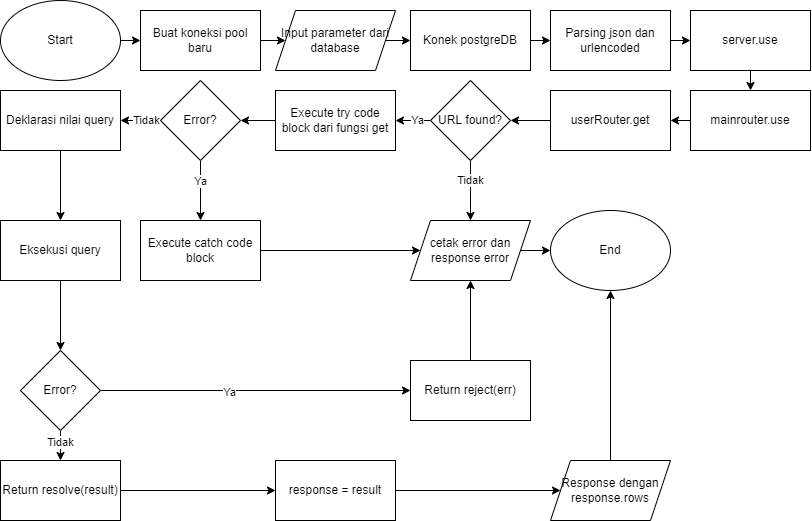
Before: Diagram GET user.drawio.png, a diagram exported from draw.io (rsad100/beginner_backend). Source tidied: cells renumbered, new cells last; positions are measured from the earlier drawing's top-left corner, leaving out a move shared by most shapes. Source of this version:
```xml
<mxGraphModel>
  <root>
    <mxCell id="0" />
    <mxCell id="1" parent="0" />
    <mxCell id="2" style="edgeStyle=orthogonalEdgeStyle;rounded=0;jettySize=auto;html=1;exitX=1;exitY=0.5;exitDx=0;exitDy=0;entryX=0;entryY=0.5;entryDx=0;entryDy=0;" parent="1" edge="1" source="3" target="5">
      <mxGeometry relative="1" as="geometry" />
    </mxCell>
    <mxCell id="3" value="Start" style="ellipse;whiteSpace=wrap;html=1;" parent="1" vertex="1">
      <mxGeometry width="120" height="80" as="geometry" />
    </mxCell>
    <mxCell id="4" style="edgeStyle=orthogonalEdgeStyle;rounded=0;jettySize=auto;html=1;exitX=1;exitY=0.5;exitDx=0;exitDy=0;entryX=0;entryY=0.5;entryDx=0;entryDy=0;" parent="1" edge="1" source="5" target="7">
      <mxGeometry relative="1" as="geometry" />
    </mxCell>
    <mxCell id="5" value="Buat koneksi pool baru" style="rounded=0;whiteSpace=wrap;html=1;" parent="1" vertex="1">
      <mxGeometry x="140" y="10" width="120" height="60" as="geometry" />
    </mxCell>
    <mxCell id="6" style="edgeStyle=orthogonalEdgeStyle;rounded=0;jettySize=auto;html=1;exitX=1;exitY=0.5;exitDx=0;exitDy=0;entryX=0;entryY=0.5;entryDx=0;entryDy=0;" parent="1" edge="1" source="7" target="9">
      <mxGeometry relative="1" as="geometry" />
    </mxCell>
    <mxCell id="7" value="Input parameter dari database" style="shape=parallelogram;perimeter=parallelogramPerimeter;whiteSpace=wrap;html=1;fixedSize=1;" parent="1" vertex="1">
      <mxGeometry x="275" y="10" width="120" height="60" as="geometry" />
    </mxCell>
    <mxCell id="8" style="edgeStyle=orthogonalEdgeStyle;rounded=0;jettySize=auto;html=1;exitX=1;exitY=0.5;exitDx=0;exitDy=0;entryX=0;entryY=0.5;entryDx=0;entryDy=0;" parent="1" edge="1" source="9" target="11">
      <mxGeometry relative="1" as="geometry" />
    </mxCell>
    <mxCell id="9" value="Konek postgreDB" style="rounded=0;whiteSpace=wrap;html=1;" parent="1" vertex="1">
      <mxGeometry x="410" y="10" width="120" height="60" as="geometry" />
    </mxCell>
    <mxCell id="10" style="edgeStyle=orthogonalEdgeStyle;rounded=0;jettySize=auto;html=1;exitX=1;exitY=0.5;exitDx=0;exitDy=0;entryX=0;entryY=0.5;entryDx=0;entryDy=0;" parent="1" edge="1" source="11" target="13">
      <mxGeometry relative="1" as="geometry" />
    </mxCell>
    <mxCell id="11" value="Parsing json dan urlencoded" style="rounded=0;whiteSpace=wrap;html=1;" parent="1" vertex="1">
      <mxGeometry x="550" y="10" width="120" height="60" as="geometry" />
    </mxCell>
    <mxCell id="12" style="edgeStyle=orthogonalEdgeStyle;rounded=0;jettySize=auto;html=1;exitX=0.5;exitY=1;exitDx=0;exitDy=0;entryX=0.5;entryY=0;entryDx=0;entryDy=0;" parent="1" edge="1" source="13" target="15">
      <mxGeometry relative="1" as="geometry" />
    </mxCell>
    <mxCell id="13" value="server.use" style="rounded=0;whiteSpace=wrap;html=1;" parent="1" vertex="1">
      <mxGeometry x="690" y="10" width="120" height="60" as="geometry" />
    </mxCell>
    <mxCell id="14" style="edgeStyle=orthogonalEdgeStyle;rounded=0;jettySize=auto;html=1;exitX=0;exitY=0.5;exitDx=0;exitDy=0;entryX=1;entryY=0.5;entryDx=0;entryDy=0;" parent="1" edge="1" source="15" target="17">
      <mxGeometry relative="1" as="geometry" />
    </mxCell>
    <mxCell id="15" value="mainrouter.use" style="rounded=0;whiteSpace=wrap;html=1;" parent="1" vertex="1">
      <mxGeometry x="690" y="90" width="120" height="60" as="geometry" />
    </mxCell>
    <mxCell id="16" style="edgeStyle=orthogonalEdgeStyle;rounded=0;jettySize=auto;html=1;exitX=0;exitY=0.5;exitDx=0;exitDy=0;entryX=1;entryY=0.5;entryDx=0;entryDy=0;" parent="1" edge="1" source="17" target="31">
      <mxGeometry relative="1" as="geometry" />
    </mxCell>
    <mxCell id="17" value="userRouter.get" style="rounded=0;whiteSpace=wrap;html=1;" parent="1" vertex="1">
      <mxGeometry x="550" y="90" width="120" height="60" as="geometry" />
    </mxCell>
    <mxCell id="18" style="edgeStyle=orthogonalEdgeStyle;rounded=0;jettySize=auto;html=1;exitX=0;exitY=0.5;exitDx=0;exitDy=0;entryX=1;entryY=0.5;entryDx=0;entryDy=0;" parent="1" edge="1" source="19" target="24">
      <mxGeometry relative="1" as="geometry" />
    </mxCell>
    <mxCell id="19" value="Execute try code block dari fungsi get" style="rounded=0;whiteSpace=wrap;html=1;" parent="1" vertex="1">
      <mxGeometry x="275" y="90" width="120" height="60" as="geometry" />
    </mxCell>
    <mxCell id="20" style="edgeStyle=orthogonalEdgeStyle;rounded=0;jettySize=auto;html=1;exitX=0;exitY=0.5;exitDx=0;exitDy=0;entryX=1;entryY=0.5;entryDx=0;entryDy=0;" parent="1" edge="1" source="24" target="36">
      <mxGeometry relative="1" as="geometry" />
    </mxCell>
    <mxCell id="21" value="Tidak" style="edgeLabel;html=1;align=center;verticalAlign=middle;" parent="20" vertex="1">
      <mxGeometry x="-0.28" relative="1" as="geometry" />
    </mxCell>
    <mxCell id="22" style="edgeStyle=orthogonalEdgeStyle;rounded=0;jettySize=auto;html=1;exitX=0.5;exitY=1;exitDx=0;exitDy=0;entryX=0.5;entryY=0;entryDx=0;entryDy=0;" parent="1" edge="1" source="24" target="26">
      <mxGeometry relative="1" as="geometry" />
    </mxCell>
    <mxCell id="23" value="Ya" style="edgeLabel;html=1;align=center;verticalAlign=middle;" parent="22" vertex="1">
      <mxGeometry x="-0.3" relative="1" as="geometry" />
    </mxCell>
    <mxCell id="24" value="Error?" style="rhombus;whiteSpace=wrap;html=1;" parent="1" vertex="1">
      <mxGeometry x="160" y="80" width="80" height="80" as="geometry" />
    </mxCell>
    <mxCell id="25" style="edgeStyle=orthogonalEdgeStyle;rounded=0;jettySize=auto;html=1;exitX=1;exitY=0.5;exitDx=0;exitDy=0;entryX=0;entryY=0.5;entryDx=0;entryDy=0;" parent="1" edge="1" source="26" target="33">
      <mxGeometry relative="1" as="geometry" />
    </mxCell>
    <mxCell id="26" value="Execute catch code block" style="rounded=0;whiteSpace=wrap;html=1;" parent="1" vertex="1">
      <mxGeometry x="140" y="220" width="120" height="60" as="geometry" />
    </mxCell>
    <mxCell id="27" style="edgeStyle=orthogonalEdgeStyle;rounded=0;jettySize=auto;html=1;exitX=0;exitY=0.5;exitDx=0;exitDy=0;entryX=1;entryY=0.5;entryDx=0;entryDy=0;" parent="1" edge="1" source="31" target="19">
      <mxGeometry relative="1" as="geometry" />
    </mxCell>
    <mxCell id="28" value="Ya" style="edgeLabel;html=1;align=center;verticalAlign=middle;" parent="27" vertex="1">
      <mxGeometry x="-0.22" relative="1" as="geometry" />
    </mxCell>
    <mxCell id="29" style="edgeStyle=orthogonalEdgeStyle;rounded=0;jettySize=auto;html=1;exitX=0.5;exitY=1;exitDx=0;exitDy=0;entryX=0.5;entryY=0;entryDx=0;entryDy=0;" parent="1" edge="1" source="31" target="33">
      <mxGeometry relative="1" as="geometry" />
    </mxCell>
    <mxCell id="30" value="Tidak" style="edgeLabel;html=1;align=center;verticalAlign=middle;" parent="29" vertex="1">
      <mxGeometry x="-0.37" relative="1" as="geometry" />
    </mxCell>
    <mxCell id="31" value="URL found?" style="rhombus;whiteSpace=wrap;html=1;" parent="1" vertex="1">
      <mxGeometry x="430" y="80" width="80" height="80" as="geometry" />
    </mxCell>
    <mxCell id="32" style="edgeStyle=orthogonalEdgeStyle;rounded=0;jettySize=auto;html=1;exitX=1;exitY=0.5;exitDx=0;exitDy=0;entryX=0;entryY=0.5;entryDx=0;entryDy=0;" parent="1" edge="1" source="33" target="34">
      <mxGeometry relative="1" as="geometry" />
    </mxCell>
    <mxCell id="33" value="cetak error dan response error" style="shape=parallelogram;perimeter=parallelogramPerimeter;whiteSpace=wrap;html=1;fixedSize=1;" parent="1" vertex="1">
      <mxGeometry x="410" y="220" width="120" height="60" as="geometry" />
    </mxCell>
    <mxCell id="34" value="End" style="ellipse;whiteSpace=wrap;html=1;" parent="1" vertex="1">
      <mxGeometry x="550" y="210" width="120" height="80" as="geometry" />
    </mxCell>
    <mxCell id="35" style="edgeStyle=orthogonalEdgeStyle;rounded=0;jettySize=auto;html=1;exitX=0.5;exitY=1;exitDx=0;exitDy=0;entryX=0.5;entryY=0;entryDx=0;entryDy=0;" parent="1" edge="1" source="36" target="38">
      <mxGeometry relative="1" as="geometry" />
    </mxCell>
    <mxCell id="36" value="Deklarasi nilai query" style="rounded=0;whiteSpace=wrap;html=1;" parent="1" vertex="1">
      <mxGeometry y="90" width="120" height="60" as="geometry" />
    </mxCell>
    <mxCell id="37" style="edgeStyle=orthogonalEdgeStyle;rounded=0;jettySize=auto;html=1;exitX=0.5;exitY=1;exitDx=0;exitDy=0;entryX=0.5;entryY=0;entryDx=0;entryDy=0;" parent="1" edge="1" source="38" target="43">
      <mxGeometry relative="1" as="geometry" />
    </mxCell>
    <mxCell id="38" value="Eksekusi query" style="rounded=0;whiteSpace=wrap;html=1;" parent="1" vertex="1">
      <mxGeometry y="220" width="120" height="60" as="geometry" />
    </mxCell>
    <mxCell id="39" style="edgeStyle=orthogonalEdgeStyle;rounded=0;jettySize=auto;html=1;exitX=1;exitY=0.5;exitDx=0;exitDy=0;entryX=0;entryY=0.5;entryDx=0;entryDy=0;" parent="1" edge="1" source="43" target="47">
      <mxGeometry relative="1" as="geometry" />
    </mxCell>
    <mxCell id="40" value="Ya" style="edgeLabel;html=1;align=center;verticalAlign=middle;" parent="39" vertex="1">
      <mxGeometry x="-0.17" y="-2" relative="1" as="geometry" />
    </mxCell>
    <mxCell id="41" style="edgeStyle=orthogonalEdgeStyle;rounded=0;jettySize=auto;html=1;exitX=0.5;exitY=1;exitDx=0;exitDy=0;entryX=0.5;entryY=0;entryDx=0;entryDy=0;" parent="1" edge="1" source="43" target="45">
      <mxGeometry relative="1" as="geometry" />
    </mxCell>
    <mxCell id="42" value="Tidak" style="edgeLabel;html=1;align=center;verticalAlign=middle;" parent="41" vertex="1">
      <mxGeometry x="-0.24" relative="1" as="geometry" />
    </mxCell>
    <mxCell id="43" value="Error?" style="rhombus;whiteSpace=wrap;html=1;" parent="1" vertex="1">
      <mxGeometry x="20" y="350" width="80" height="80" as="geometry" />
    </mxCell>
    <mxCell id="44" style="edgeStyle=orthogonalEdgeStyle;rounded=0;jettySize=auto;html=1;exitX=1;exitY=0.5;exitDx=0;exitDy=0;entryX=0;entryY=0.5;entryDx=0;entryDy=0;" parent="1" edge="1" source="45" target="51">
      <mxGeometry relative="1" as="geometry" />
    </mxCell>
    <mxCell id="45" value="Return resolve(result)" style="rounded=0;whiteSpace=wrap;html=1;" parent="1" vertex="1">
      <mxGeometry y="460" width="120" height="60" as="geometry" />
    </mxCell>
    <mxCell id="46" style="edgeStyle=orthogonalEdgeStyle;rounded=0;jettySize=auto;html=1;exitX=0.5;exitY=0;exitDx=0;exitDy=0;entryX=0.5;entryY=1;entryDx=0;entryDy=0;" parent="1" edge="1" source="47" target="33">
      <mxGeometry relative="1" as="geometry" />
    </mxCell>
    <mxCell id="47" value="Return reject(err)" style="rounded=0;whiteSpace=wrap;html=1;" parent="1" vertex="1">
      <mxGeometry x="410" y="360" width="120" height="60" as="geometry" />
    </mxCell>
    <mxCell id="48" style="edgeStyle=orthogonalEdgeStyle;rounded=0;jettySize=auto;html=1;exitX=0.5;exitY=0;exitDx=0;exitDy=0;entryX=0.5;entryY=1;entryDx=0;entryDy=0;" parent="1" edge="1" source="49" target="34">
      <mxGeometry relative="1" as="geometry" />
    </mxCell>
    <mxCell id="49" value="Response dengan response.rows" style="shape=parallelogram;perimeter=parallelogramPerimeter;whiteSpace=wrap;html=1;fixedSize=1;" parent="1" vertex="1">
      <mxGeometry x="550" y="460" width="120" height="60" as="geometry" />
    </mxCell>
    <mxCell id="50" style="edgeStyle=orthogonalEdgeStyle;rounded=0;jettySize=auto;html=1;exitX=1;exitY=0.5;exitDx=0;exitDy=0;entryX=0;entryY=0.5;entryDx=0;entryDy=0;" parent="1" edge="1" source="51" target="49">
      <mxGeometry relative="1" as="geometry" />
    </mxCell>
    <mxCell id="51" value="response = result" style="rounded=0;whiteSpace=wrap;html=1;" parent="1" vertex="1">
      <mxGeometry x="275" y="460" width="120" height="60" as="geometry" />
    </mxCell>
  </root>
</mxGraphModel>
```
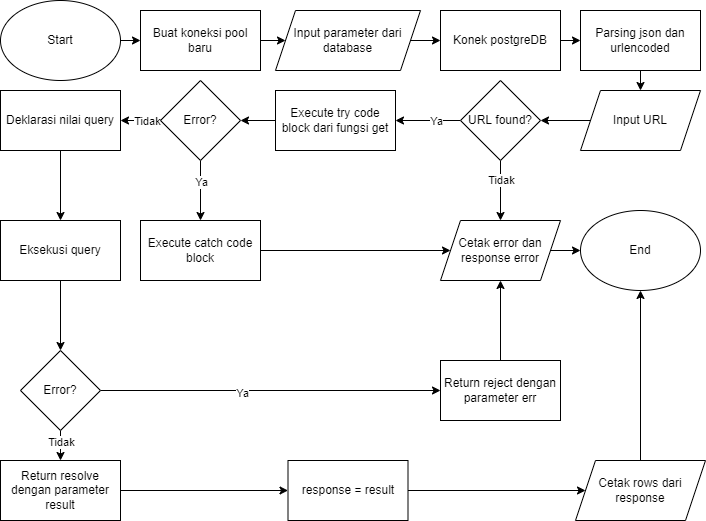
After the change.

Diff of the diagram source:
```diff
@@ -18,38 +18,20 @@
       <mxGeometry relative="1" as="geometry" />
     </mxCell>
     <mxCell id="7" value="Input parameter dari database" style="shape=parallelogram;perimeter=parallelogramPerimeter;whiteSpace=wrap;html=1;fixedSize=1;" parent="1" vertex="1">
-      <mxGeometry x="275" y="10" width="120" height="60" as="geometry" />
+      <mxGeometry x="275" y="10" width="145" height="60" as="geometry" />
     </mxCell>
     <mxCell id="8" style="edgeStyle=orthogonalEdgeStyle;rounded=0;jettySize=auto;html=1;exitX=1;exitY=0.5;exitDx=0;exitDy=0;entryX=0;entryY=0.5;entryDx=0;entryDy=0;" parent="1" edge="1" source="9" target="11">
       <mxGeometry relative="1" as="geometry" />
     </mxCell>
     <mxCell id="9" value="Konek postgreDB" style="rounded=0;whiteSpace=wrap;html=1;" parent="1" vertex="1">
-      <mxGeometry x="410" y="10" width="120" height="60" as="geometry" />
+      <mxGeometry x="440" y="10" width="120" height="60" as="geometry" />
     </mxCell>
-    <mxCell id="10" style="edgeStyle=orthogonalEdgeStyle;rounded=0;jettySize=auto;html=1;exitX=1;exitY=0.5;exitDx=0;exitDy=0;entryX=0;entryY=0.5;entryDx=0;entryDy=0;" parent="1" edge="1" source="11" target="13">
-      <mxGeometry relative="1" as="geometry" />
-    </mxCell>
+    <mxCell id="52" style="edgeStyle=orthogonalEdgeStyle;rounded=0;jettySize=auto;html=1;exitX=0.5;exitY=1;exitDx=0;exitDy=0;entryX=0.5;entryY=0;entryDx=0;entryDy=0;" parent="1" edge="1" source="11" target="54">
+      <mxGeometry relative="1" as="geometry" />
+    </mxCell>
     <mxCell id="11" value="Parsing json dan urlencoded" style="rounded=0;whiteSpace=wrap;html=1;" parent="1" vertex="1">
-      <mxGeometry x="550" y="10" width="120" height="60" as="geometry" />
+      <mxGeometry x="580" y="10" width="120" height="60" as="geometry" />
     </mxCell>
-    <mxCell id="12" style="edgeStyle=orthogonalEdgeStyle;rounded=0;jettySize=auto;html=1;exitX=0.5;exitY=1;exitDx=0;exitDy=0;entryX=0.5;entryY=0;entryDx=0;entryDy=0;" parent="1" edge="1" source="13" target="15">
-      <mxGeometry relative="1" as="geometry" />
-    </mxCell>
-    <mxCell id="13" value="server.use" style="rounded=0;whiteSpace=wrap;html=1;" parent="1" vertex="1">
-      <mxGeometry x="690" y="10" width="120" height="60" as="geometry" />
-    </mxCell>
-    <mxCell id="14" style="edgeStyle=orthogonalEdgeStyle;rounded=0;jettySize=auto;html=1;exitX=0;exitY=0.5;exitDx=0;exitDy=0;entryX=1;entryY=0.5;entryDx=0;entryDy=0;" parent="1" edge="1" source="15" target="17">
-      <mxGeometry relative="1" as="geometry" />
-    </mxCell>
-    <mxCell id="15" value="mainrouter.use" style="rounded=0;whiteSpace=wrap;html=1;" parent="1" vertex="1">
-      <mxGeometry x="690" y="90" width="120" height="60" as="geometry" />
-    </mxCell>
-    <mxCell id="16" style="edgeStyle=orthogonalEdgeStyle;rounded=0;jettySize=auto;html=1;exitX=0;exitY=0.5;exitDx=0;exitDy=0;entryX=1;entryY=0.5;entryDx=0;entryDy=0;" parent="1" edge="1" source="17" target="31">
-      <mxGeometry relative="1" as="geometry" />
-    </mxCell>
-    <mxCell id="17" value="userRouter.get" style="rounded=0;whiteSpace=wrap;html=1;" parent="1" vertex="1">
-      <mxGeometry x="550" y="90" width="120" height="60" as="geometry" />
-    </mxCell>
     <mxCell id="18" style="edgeStyle=orthogonalEdgeStyle;rounded=0;jettySize=auto;html=1;exitX=0;exitY=0.5;exitDx=0;exitDy=0;entryX=1;entryY=0.5;entryDx=0;entryDy=0;" parent="1" edge="1" source="19" target="24">
       <mxGeometry relative="1" as="geometry" />
     </mxCell>
@@ -90,16 +72,16 @@
       <mxGeometry x="-0.37" relative="1" as="geometry" />
     </mxCell>
     <mxCell id="31" value="URL found?" style="rhombus;whiteSpace=wrap;html=1;" parent="1" vertex="1">
-      <mxGeometry x="430" y="80" width="80" height="80" as="geometry" />
+      <mxGeometry x="460" y="80" width="80" height="80" as="geometry" />
     </mxCell>
     <mxCell id="32" style="edgeStyle=orthogonalEdgeStyle;rounded=0;jettySize=auto;html=1;exitX=1;exitY=0.5;exitDx=0;exitDy=0;entryX=0;entryY=0.5;entryDx=0;entryDy=0;" parent="1" edge="1" source="33" target="34">
       <mxGeometry relative="1" as="geometry" />
     </mxCell>
-    <mxCell id="33" value="cetak error dan response error" style="shape=parallelogram;perimeter=parallelogramPerimeter;whiteSpace=wrap;html=1;fixedSize=1;" parent="1" vertex="1">
-      <mxGeometry x="410" y="220" width="120" height="60" as="geometry" />
+    <mxCell id="33" value="Cetak error dan response error" style="shape=parallelogram;perimeter=parallelogramPerimeter;whiteSpace=wrap;html=1;fixedSize=1;" parent="1" vertex="1">
+      <mxGeometry x="440" y="220" width="120" height="60" as="geometry" />
     </mxCell>
     <mxCell id="34" value="End" style="ellipse;whiteSpace=wrap;html=1;" parent="1" vertex="1">
-      <mxGeometry x="550" y="210" width="120" height="80" as="geometry" />
+      <mxGeometry x="580" y="210" width="120" height="80" as="geometry" />
     </mxCell>
     <mxCell id="35" style="edgeStyle=orthogonalEdgeStyle;rounded=0;jettySize=auto;html=1;exitX=0.5;exitY=1;exitDx=0;exitDy=0;entryX=0.5;entryY=0;entryDx=0;entryDy=0;" parent="1" edge="1" source="36" target="38">
       <mxGeometry relative="1" as="geometry" />
@@ -131,26 +113,32 @@
     <mxCell id="44" style="edgeStyle=orthogonalEdgeStyle;rounded=0;jettySize=auto;html=1;exitX=1;exitY=0.5;exitDx=0;exitDy=0;entryX=0;entryY=0.5;entryDx=0;entryDy=0;" parent="1" edge="1" source="45" target="51">
       <mxGeometry relative="1" as="geometry" />
     </mxCell>
-    <mxCell id="45" value="Return resolve(result)" style="rounded=0;whiteSpace=wrap;html=1;" parent="1" vertex="1">
+    <mxCell id="45" value="Return resolve dengan parameter result" style="rounded=0;whiteSpace=wrap;html=1;" parent="1" vertex="1">
       <mxGeometry y="460" width="120" height="60" as="geometry" />
     </mxCell>
     <mxCell id="46" style="edgeStyle=orthogonalEdgeStyle;rounded=0;jettySize=auto;html=1;exitX=0.5;exitY=0;exitDx=0;exitDy=0;entryX=0.5;entryY=1;entryDx=0;entryDy=0;" parent="1" edge="1" source="47" target="33">
       <mxGeometry relative="1" as="geometry" />
     </mxCell>
-    <mxCell id="47" value="Return reject(err)" style="rounded=0;whiteSpace=wrap;html=1;" parent="1" vertex="1">
-      <mxGeometry x="410" y="360" width="120" height="60" as="geometry" />
+    <mxCell id="47" value="Return reject dengan parameter err" style="rounded=0;whiteSpace=wrap;html=1;" parent="1" vertex="1">
+      <mxGeometry x="440" y="360" width="120" height="60" as="geometry" />
     </mxCell>
     <mxCell id="48" style="edgeStyle=orthogonalEdgeStyle;rounded=0;jettySize=auto;html=1;exitX=0.5;exitY=0;exitDx=0;exitDy=0;entryX=0.5;entryY=1;entryDx=0;entryDy=0;" parent="1" edge="1" source="49" target="34">
       <mxGeometry relative="1" as="geometry" />
     </mxCell>
-    <mxCell id="49" value="Response dengan response.rows" style="shape=parallelogram;perimeter=parallelogramPerimeter;whiteSpace=wrap;html=1;fixedSize=1;" parent="1" vertex="1">
-      <mxGeometry x="550" y="460" width="120" height="60" as="geometry" />
+    <mxCell id="49" value="Cetak rows dari response" style="shape=parallelogram;perimeter=parallelogramPerimeter;whiteSpace=wrap;html=1;fixedSize=1;" parent="1" vertex="1">
+      <mxGeometry x="575" y="460" width="130" height="60" as="geometry" />
     </mxCell>
     <mxCell id="50" style="edgeStyle=orthogonalEdgeStyle;rounded=0;jettySize=auto;html=1;exitX=1;exitY=0.5;exitDx=0;exitDy=0;entryX=0;entryY=0.5;entryDx=0;entryDy=0;" parent="1" edge="1" source="51" target="49">
       <mxGeometry relative="1" as="geometry" />
     </mxCell>
     <mxCell id="51" value="response = result" style="rounded=0;whiteSpace=wrap;html=1;" parent="1" vertex="1">
-      <mxGeometry x="275" y="460" width="120" height="60" as="geometry" />
+      <mxGeometry x="287.5" y="460" width="120" height="60" as="geometry" />
     </mxCell>
+    <mxCell id="53" style="edgeStyle=orthogonalEdgeStyle;rounded=0;jettySize=auto;html=1;exitX=0;exitY=0.5;exitDx=0;exitDy=0;entryX=1;entryY=0.5;entryDx=0;entryDy=0;" parent="1" edge="1" source="54" target="31">
+      <mxGeometry relative="1" as="geometry" />
+    </mxCell>
+    <mxCell id="54" value="Input URL" style="shape=parallelogram;perimeter=parallelogramPerimeter;whiteSpace=wrap;html=1;fixedSize=1;" parent="1" vertex="1">
+      <mxGeometry x="580" y="90" width="120" height="60" as="geometry" />
+    </mxCell>
   </root>
 </mxGraphModel>
```
